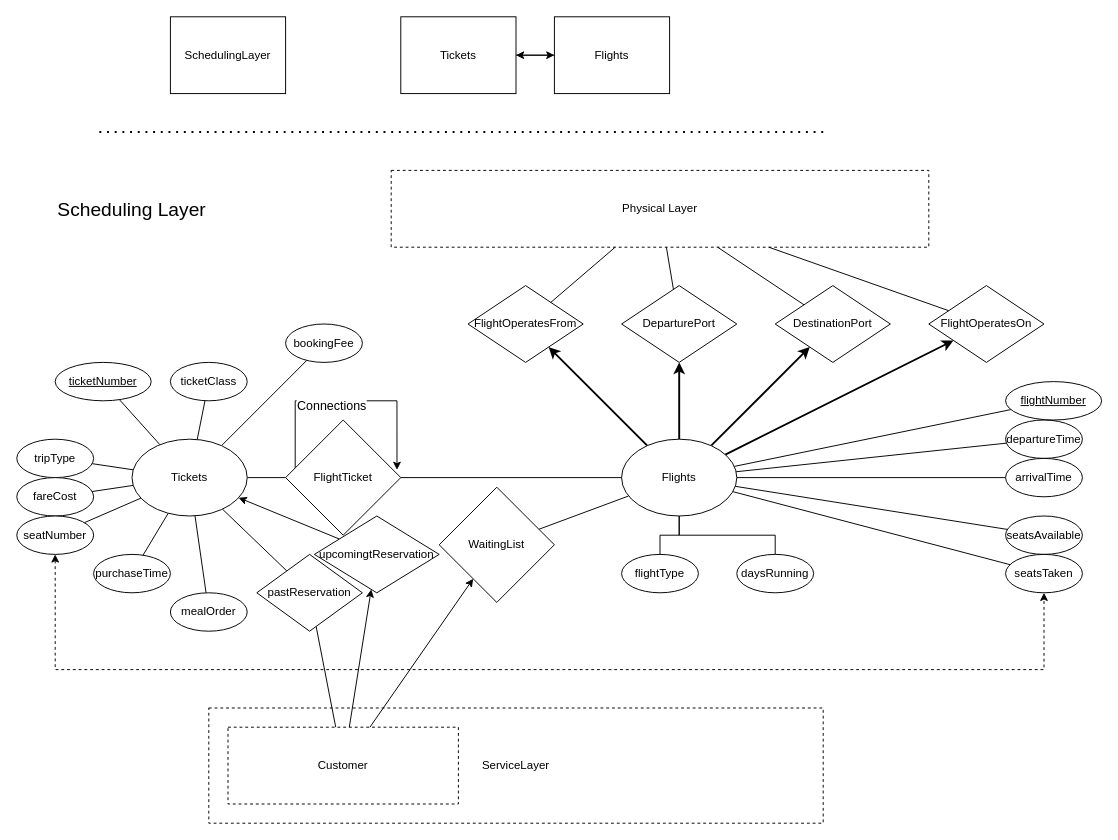
This is page "SchedulingLayer" (4 of 7) of ERDiagram.drawio from kyle4036/DatabaseManagement2026Project1, a draw.io file, before an edit. Source tidied: cells renumbered, new cells numbered last; positions are measured from the earlier drawing's top-left corner, leaving out a move shared by most shapes. Both pictures are drawn from the tidied source at 96%, with x=0, y=0 at pixel (16, 16).
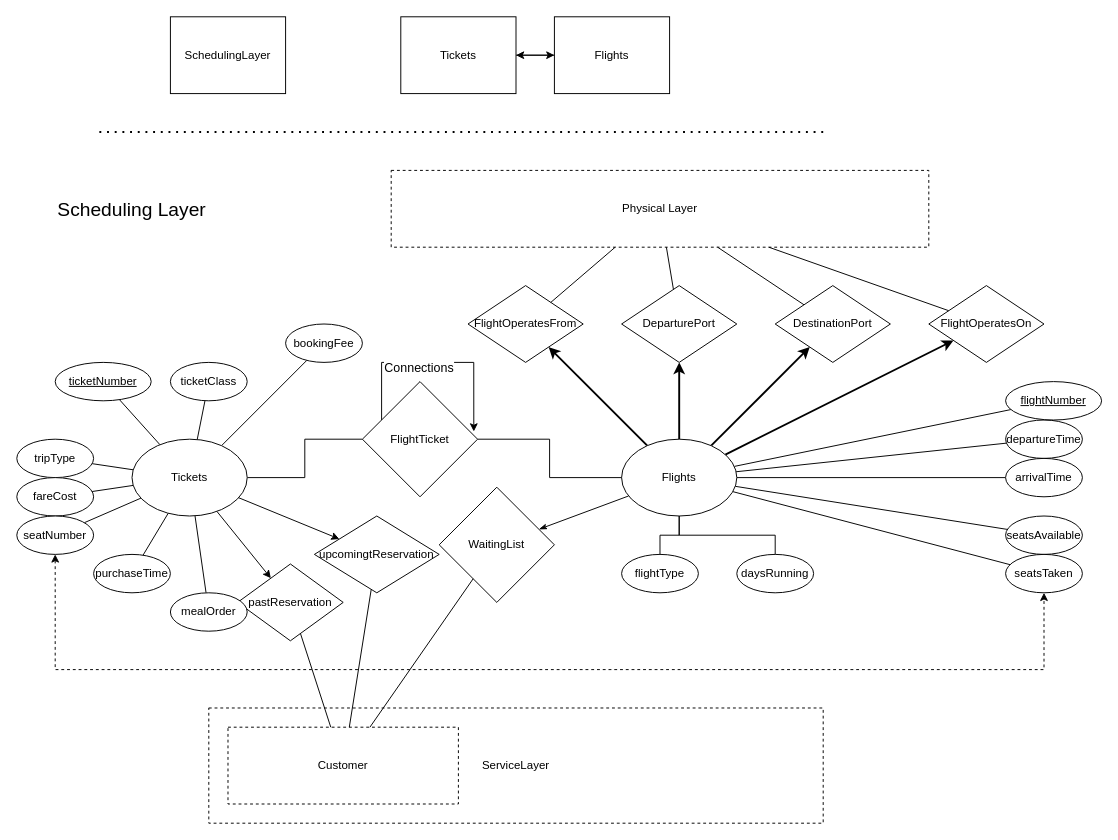
After the change.

The change refers to these unchanged cells:
```xml
<mxCell id="21" value="Flights" style="ellipse;whiteSpace=wrap;html=1;" parent="1" vertex="1">
  <mxGeometry x="630" y="440" width="120" height="80" as="geometry" />
</mxCell>
<mxCell id="31" value="Tickets" style="ellipse;whiteSpace=wrap;html=1;" parent="1" vertex="1">
  <mxGeometry x="120" y="440" width="120" height="80" as="geometry" />
</mxCell>
<mxCell id="48" value="WaitingList" style="rhombus;whiteSpace=wrap;html=1;" parent="1" vertex="1">
  <mxGeometry x="440" y="490" width="120" height="120" as="geometry" />
</mxCell>
<mxCell id="61" value="Customer" style="rounded=0;whiteSpace=wrap;html=1;dashed=1;" parent="59" vertex="1">
  <mxGeometry x="20" y="20" width="240" height="80" as="geometry" />
</mxCell>
<mxCell id="71" value="upcomingtReservation" style="rhombus;whiteSpace=wrap;html=1;" parent="1" vertex="1">
  <mxGeometry x="310" y="520" width="130" height="80" as="geometry" />
</mxCell>
```

What changed in the source:
```diff
@@
-    <mxCell id="20" style="rounded=0;jettySize=auto;html=1;endArrow=none;endFill=0;" parent="1" edge="1" source="21" target="48">
+    <mxCell id="20" style="rounded=0;jettySize=auto;html=1;endArrow=classicThin;endFill=1;" parent="1" edge="1" source="21" target="48">
       <mxGeometry relative="1" as="geometry" />
     </mxCell>
@@
     <mxCell id="43" style="edgeStyle=orthogonalEdgeStyle;rounded=0;orthogonalLoop=1;jettySize=auto;html=1;entryX=0.967;entryY=0.433;entryDx=0;entryDy=0;entryPerimeter=0;" parent="1" edge="1" source="45" target="45">
       <mxGeometry relative="1" as="geometry">
         <Array as="points">
-          <mxPoint x="290" y="400" />
-          <mxPoint x="396" y="400" />
+          <mxPoint x="380" y="360" />
+          <mxPoint x="476" y="360" />
         </Array>
       </mxGeometry>
     </mxCell>
@@
     <mxCell id="45" value="FlightTicket" style="rhombus;whiteSpace=wrap;html=1;" parent="1" vertex="1">
-      <mxGeometry x="280" y="420" width="120" height="120" as="geometry" />
+      <mxGeometry x="360" y="380" width="120" height="120" as="geometry" />
     </mxCell>
@@
-    <mxCell id="55" style="rounded=0;jettySize=auto;html=1;endArrow=none;endFill=0;" parent="1" edge="1" source="56" target="31">
+    <mxCell id="55" style="rounded=0;jettySize=auto;html=1;endArrow=none;endFill=0;startArrow=classic;startFill=1;" parent="1" edge="1" source="56" target="31">
       <mxGeometry relative="1" as="geometry" />
     </mxCell>
     <mxCell id="56" value="pastReservation" style="rhombus;whiteSpace=wrap;html=1;" parent="1" vertex="1">
-      <mxGeometry x="250" y="560" width="110" height="80" as="geometry" />
+      <mxGeometry x="230" y="570" width="110" height="80" as="geometry" />
     </mxCell>
@@
-    <mxCell id="62" style="rounded=0;jettySize=auto;html=1;" parent="1" edge="1" source="61" target="48">
+    <mxCell id="62" style="rounded=0;jettySize=auto;html=1;endArrow=none;endFill=0;startArrow=none;startFill=0;" parent="1" edge="1" source="61" target="48">
       <mxGeometry relative="1" as="geometry" />
     </mxCell>
@@
-    <mxCell id="70" style="rounded=0;jettySize=auto;html=1;" parent="1" edge="1" source="71" target="31">
+    <mxCell id="70" style="rounded=0;jettySize=auto;html=1;endArrow=none;endFill=0;startArrow=classic;startFill=1;" parent="1" edge="1" source="71" target="31">
       <mxGeometry relative="1" as="geometry" />
     </mxCell>
@@
-    <mxCell id="72" style="rounded=0;jettySize=auto;html=1;" parent="1" edge="1" source="61" target="71">
+    <mxCell id="72" style="rounded=0;jettySize=auto;html=1;endArrow=none;endFill=0;startArrow=none;startFill=0;" parent="1" edge="1" source="61" target="71">
       <mxGeometry relative="1" as="geometry" />
     </mxCell>
```
